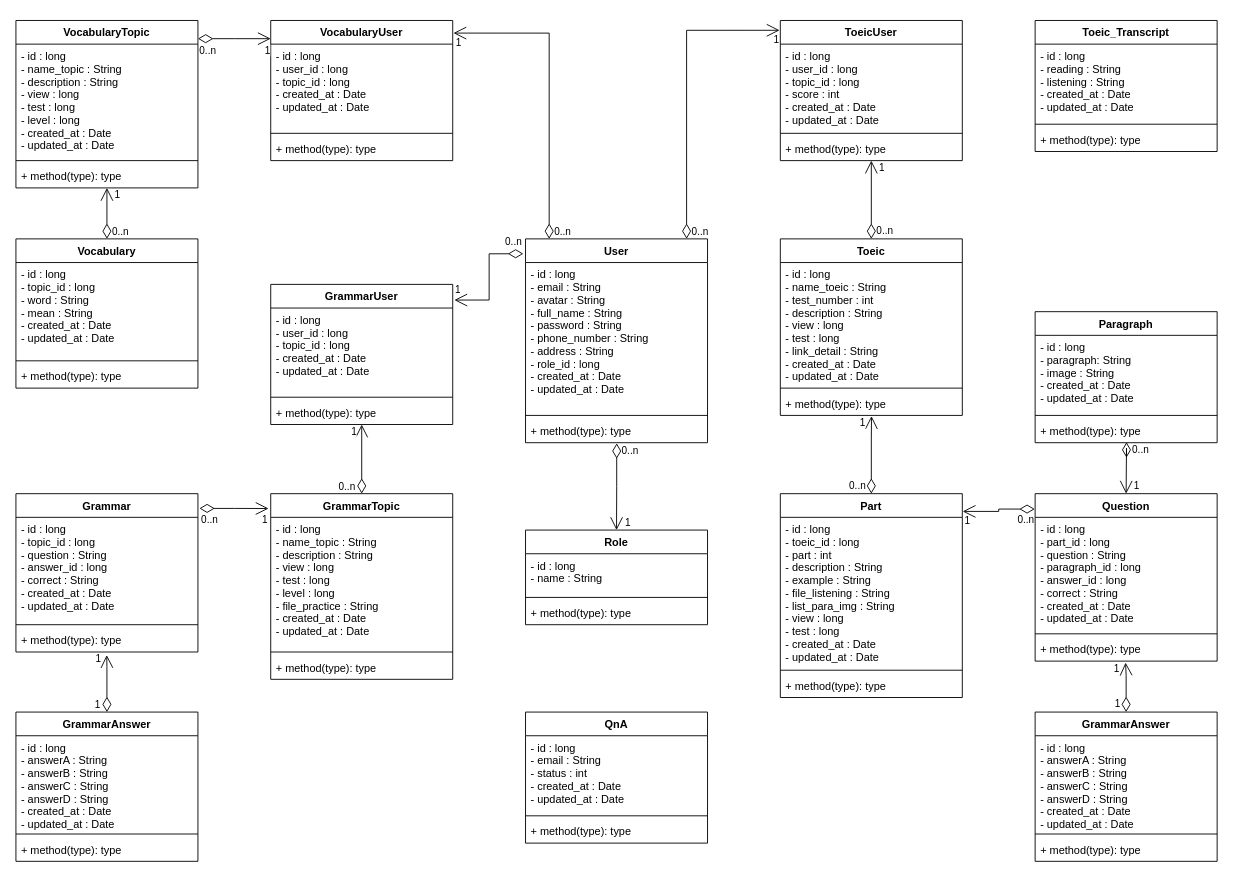
This is page "Class Diagram" (5 of 8) of ToeicTestSystemManagementProjectDiagram.drawio from SangSama/ToeicTestSystemManagementProject, a draw.io file, before an edit. Source tidied: cells renumbered, new cells numbered last; positions are measured from the earlier drawing's top-left corner, leaving out a move shared by most shapes. Both pictures are drawn from the tidied source at 91%, with x=0, y=0 at pixel (15, 20).
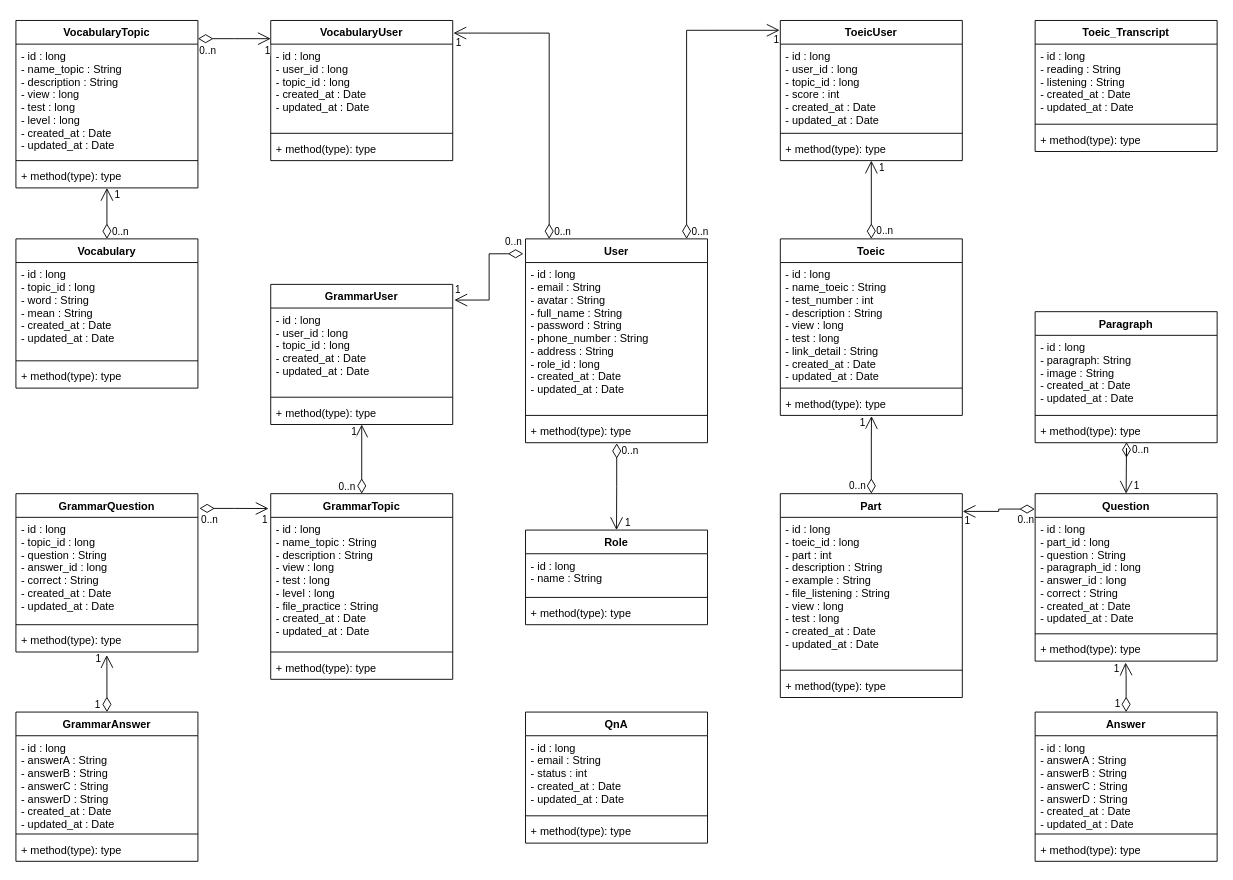
The same page after the edit.

Unchanged cells that the change refers to:
```xml
<mxCell id="46" value="Part" style="swimlane;fontStyle=1;align=center;verticalAlign=top;horizontal=1;startSize=26;glass=0;" parent="1" vertex="1">
  <mxGeometry x="840" y="520" width="200" height="224" as="geometry" />
</mxCell>
```

What changed in the source:
```diff
@@
-    <mxCell id="30" value="Grammar" style="swimlane;fontStyle=1;align=center;verticalAlign=top;horizontal=1;startSize=26;glass=0;" parent="1" vertex="1">
+    <mxCell id="30" value="GrammarQuestion" style="swimlane;fontStyle=1;align=center;verticalAlign=top;horizontal=1;startSize=26;glass=0;" parent="1" vertex="1">
       <mxGeometry y="520" width="200" height="174" as="geometry" />
     </mxCell>
@@
-    <mxCell id="47" value="- id : long&#10;- toeic_id : long&#10;- part : int&#10;- description : String&#10;- example : String&#10;- file_listening : String&#10;- list_para_img : String&#10;- view : long&#10;- test : long&#10;- created_at : Date&#10;- updated_at : Date" style="text;strokeColor=none;fillColor=none;align=left;verticalAlign=top;spacingLeft=4;spacingRight=4;overflow=hidden;" parent="46" vertex="1">
+    <mxCell id="47" value="- id : long&#10;- toeic_id : long&#10;- part : int&#10;- description : String&#10;- example : String&#10;- file_listening : String&#10;- view : long&#10;- test : long&#10;- created_at : Date&#10;- updated_at : Date" style="text;strokeColor=none;fillColor=none;align=left;verticalAlign=top;spacingLeft=4;spacingRight=4;overflow=hidden;" parent="46" vertex="1">
       <mxGeometry y="26" width="200" height="164" as="geometry" />
     </mxCell>
@@
-    <mxCell id="102" value="GrammarAnswer" style="swimlane;fontStyle=1;align=center;verticalAlign=top;horizontal=1;startSize=26;" parent="1" vertex="1">
+    <mxCell id="102" value="Answer" style="swimlane;fontStyle=1;align=center;verticalAlign=top;horizontal=1;startSize=26;" parent="1" vertex="1">
       <mxGeometry x="1120" y="760" width="200" height="164" as="geometry" />
     </mxCell>
```
